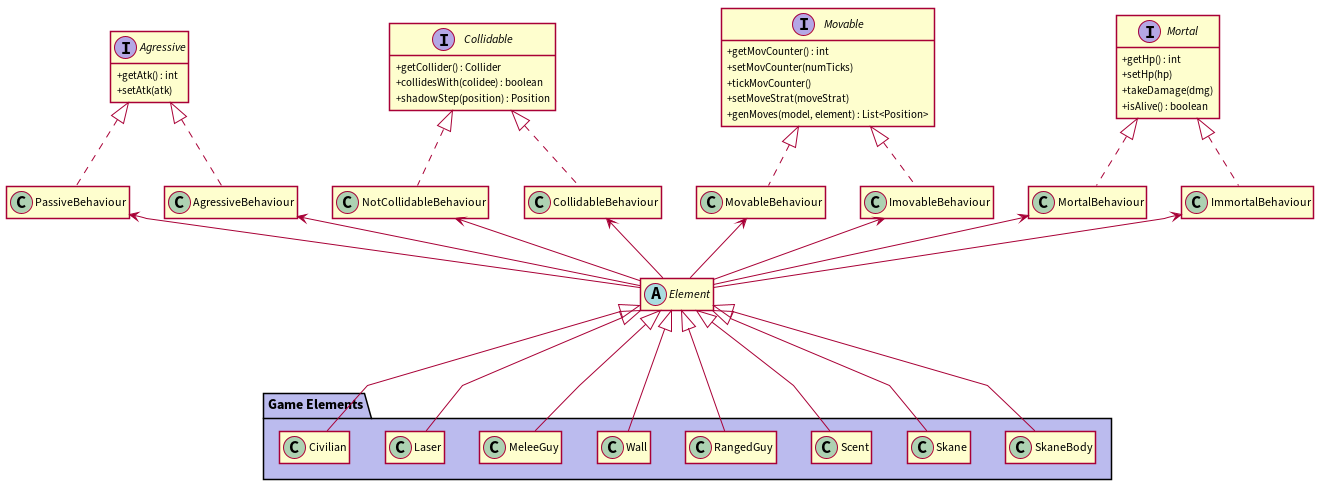
Before: docs/uml/element.png, a diagram exported from PlantUML (JoaoCostaIFG/LPOO).
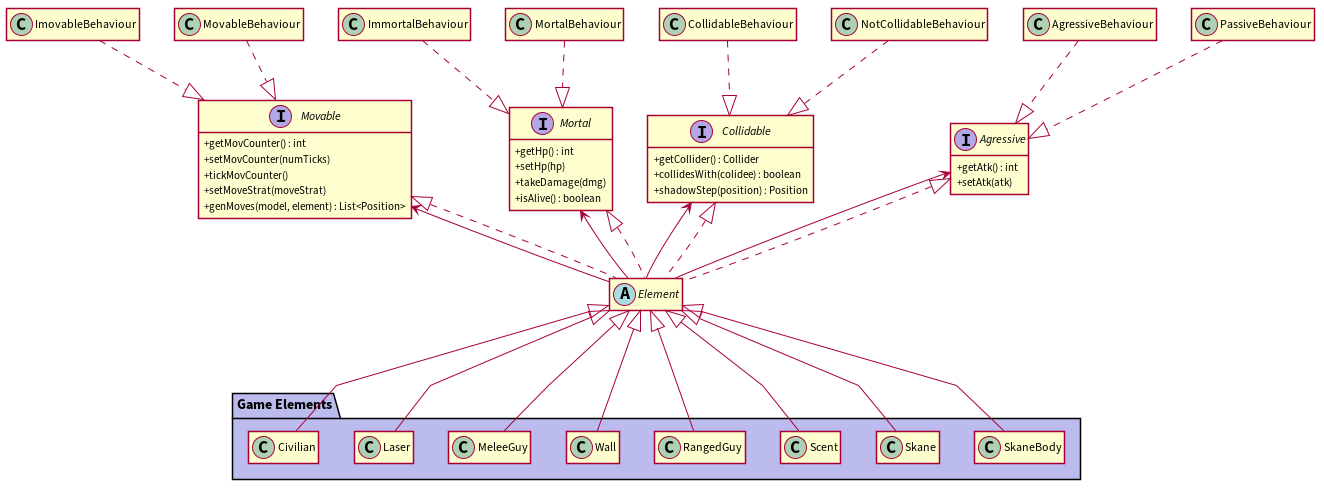
Above is the later version.

Commit message:
Update: finished attack strategy UML. Fix: fixed element hierarchy uml.

Diff of the diagram source:
```diff
@@ -53,23 +53,24 @@
 }
 
 
-AgressiveBehaviour .up.^ Agressive
-CollidableBehaviour .up.^ Collidable
-ImmortalBehaviour .up.^ Mortal
-ImovableBehaviour .up.^ Movable
-MortalBehaviour .up.^ Mortal
-MovableBehaviour .up.^ Movable
-NotCollidableBehaviour .up.^ Collidable
-PassiveBehaviour .up.^ Agressive
+AgressiveBehaviour .down.^ Agressive
+CollidableBehaviour .down.^ Collidable
+ImmortalBehaviour .down.^ Mortal
+ImovableBehaviour .down.^ Movable
+MortalBehaviour .down.^ Mortal
+MovableBehaviour .down.^ Movable
+NotCollidableBehaviour .down.^ Collidable
+PassiveBehaviour .down.^ Agressive
 
-Element -up-> AgressiveBehaviour
-Element -up-> CollidableBehaviour
-Element -up-> ImmortalBehaviour
-Element -up-> ImovableBehaviour
-Element -up-> MortalBehaviour
-Element -up-> MovableBehaviour
-Element -up-> NotCollidableBehaviour
-Element -up-> PassiveBehaviour
+Element -up-> Agressive
+Element -up-> Collidable
+Element -up-> Mortal
+Element -up-> Movable
+
+Element .up.^ Agressive
+Element .up.^ Collidable
+Element .up.^ Mortal
+Element .up.^ Movable
 
 Civilian --up-^ Element
 Laser --up-^ Element
```
